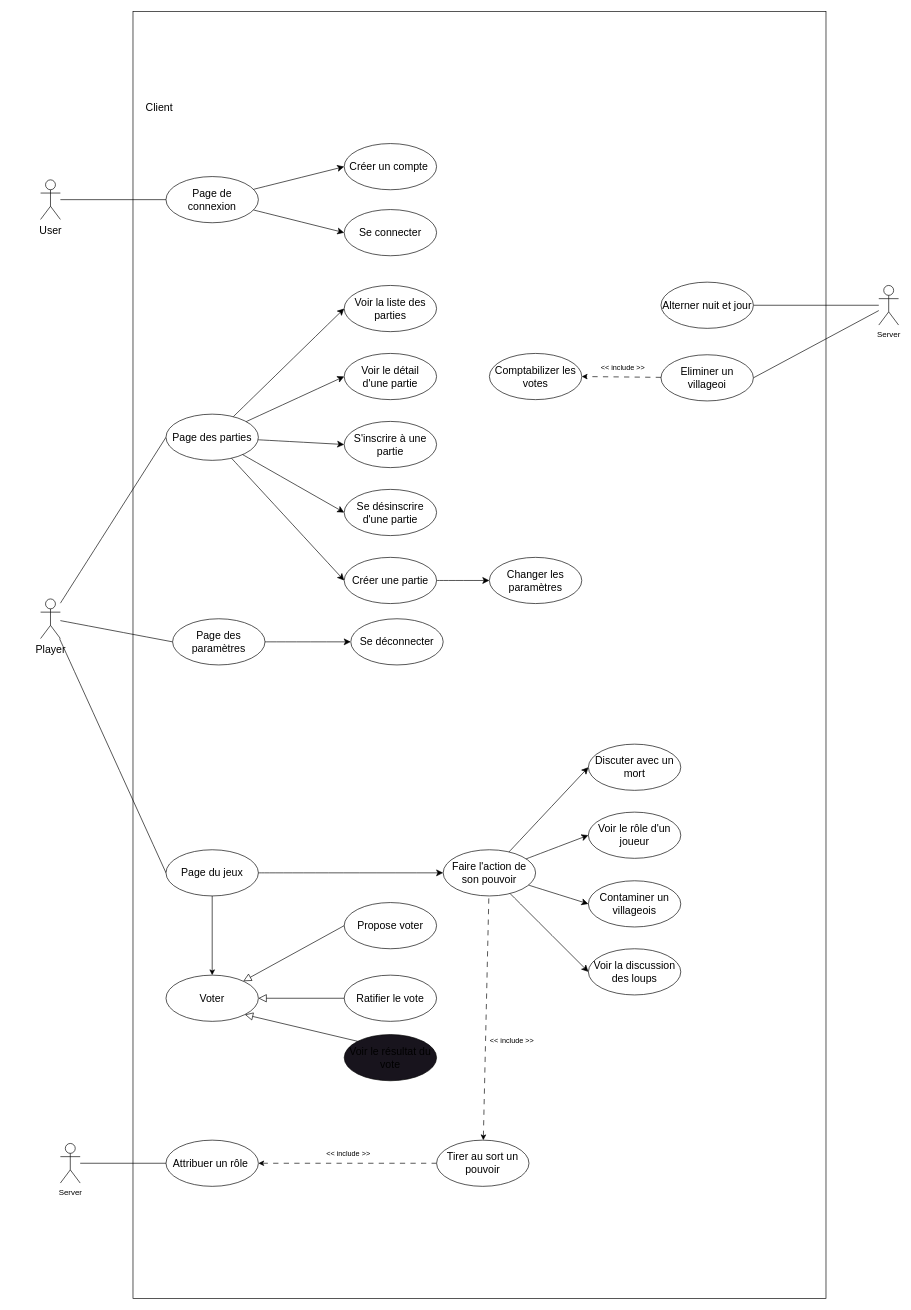
Above: documentation/client/use_case_client.drawio in gfhuth/werewolf (draw.io), before the change. Source tidied: cells renumbered, new cells numbered last; positions are measured from the earlier drawing's top-left corner, leaving out a move shared by most shapes. Both pictures are drawn from the tidied source at 66%, with x=0, y=0 at pixel (40, 11).
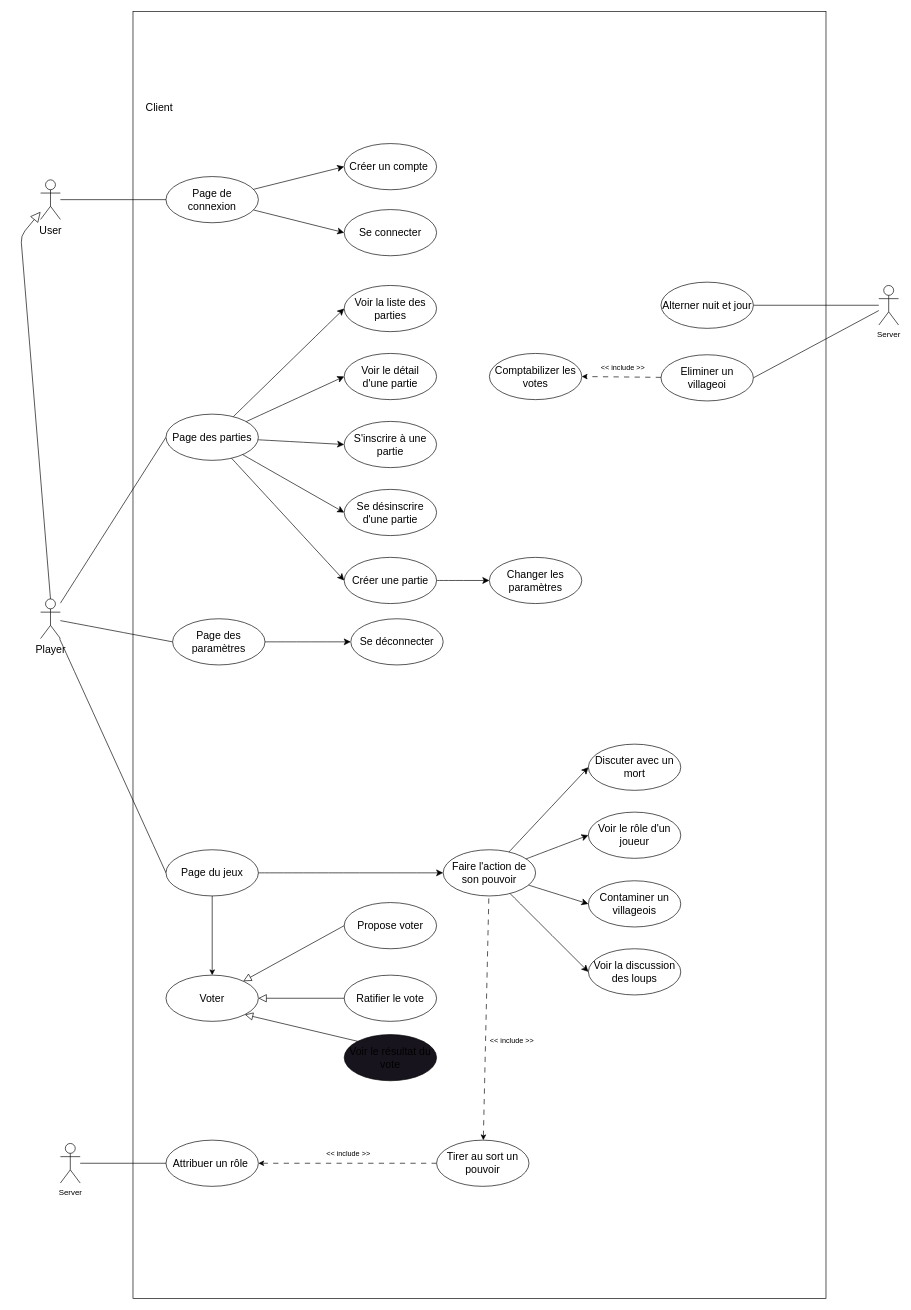
After the change.

Commit message:
ajout héritage

Unchanged cells that the change refers to:
```xml
<mxCell id="7" value="Player" style="shape=umlActor;verticalLabelPosition=bottom;verticalAlign=top;html=1;fontSize=16;" parent="1" vertex="1">
  <mxGeometry y="890" width="30" height="60" as="geometry" />
</mxCell>
<mxCell id="60" value="User" style="shape=umlActor;verticalLabelPosition=bottom;verticalAlign=top;html=1;fontSize=16;" parent="1" vertex="1">
  <mxGeometry y="255" width="30" height="60" as="geometry" />
</mxCell>
```

Diff of the diagram source:
```diff
@@
+    <mxCell id="70" style="edgeStyle=none;html=1;exitX=0.5;exitY=0;exitDx=0;exitDy=0;exitPerimeter=0;endArrow=block;endFill=0;endSize=13;" parent="1" edge="1" source="7" target="60">
+      <mxGeometry relative="1" as="geometry">
+        <Array as="points">
+          <mxPoint x="-30" y="340" />
+        </Array>
+      </mxGeometry>
+    </mxCell>
```
